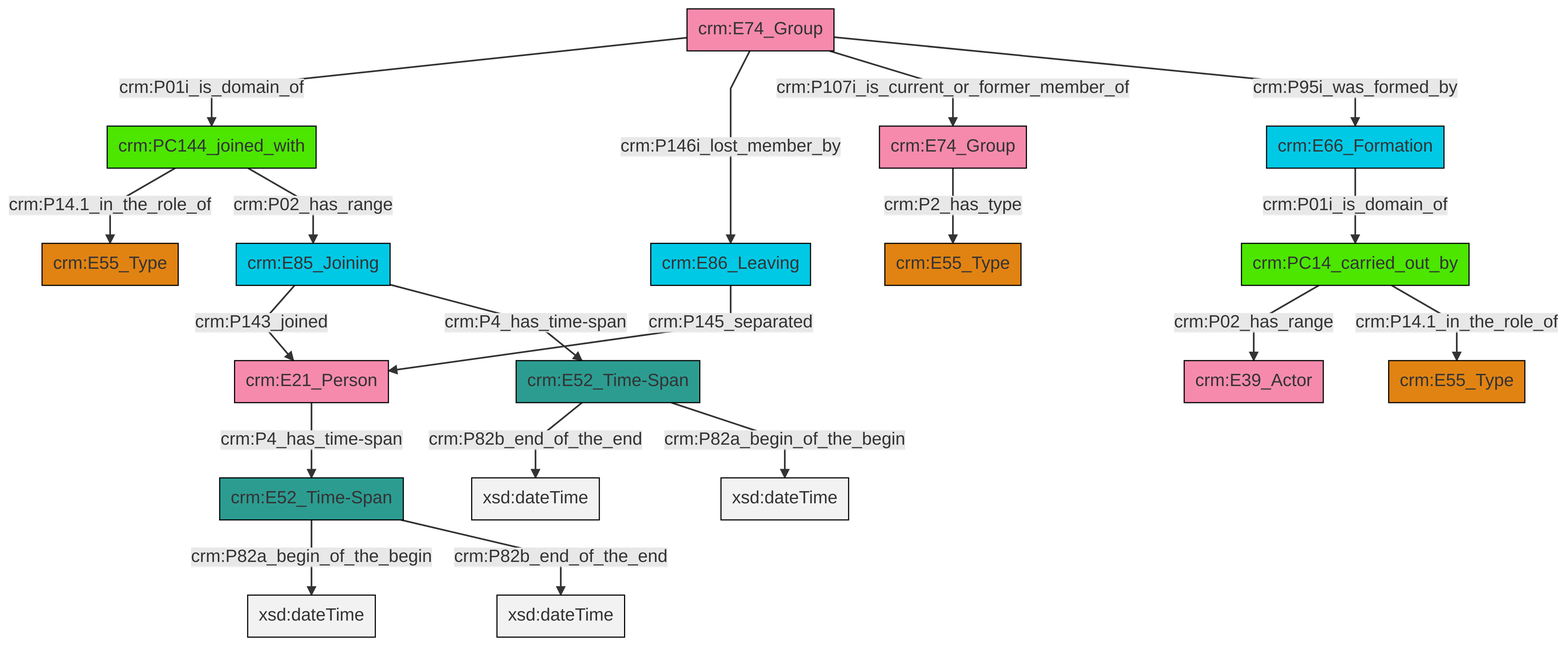
The Mermaid diagram et/groupCSV/ttl/mmd/png/group_actor_relations.png in swiss-art-research-net/docs.swissartresearch, before a commit. Its source is kept beside it as et/groupCSV/ttl/mmd/group_actor_relations.ttl.mmd.
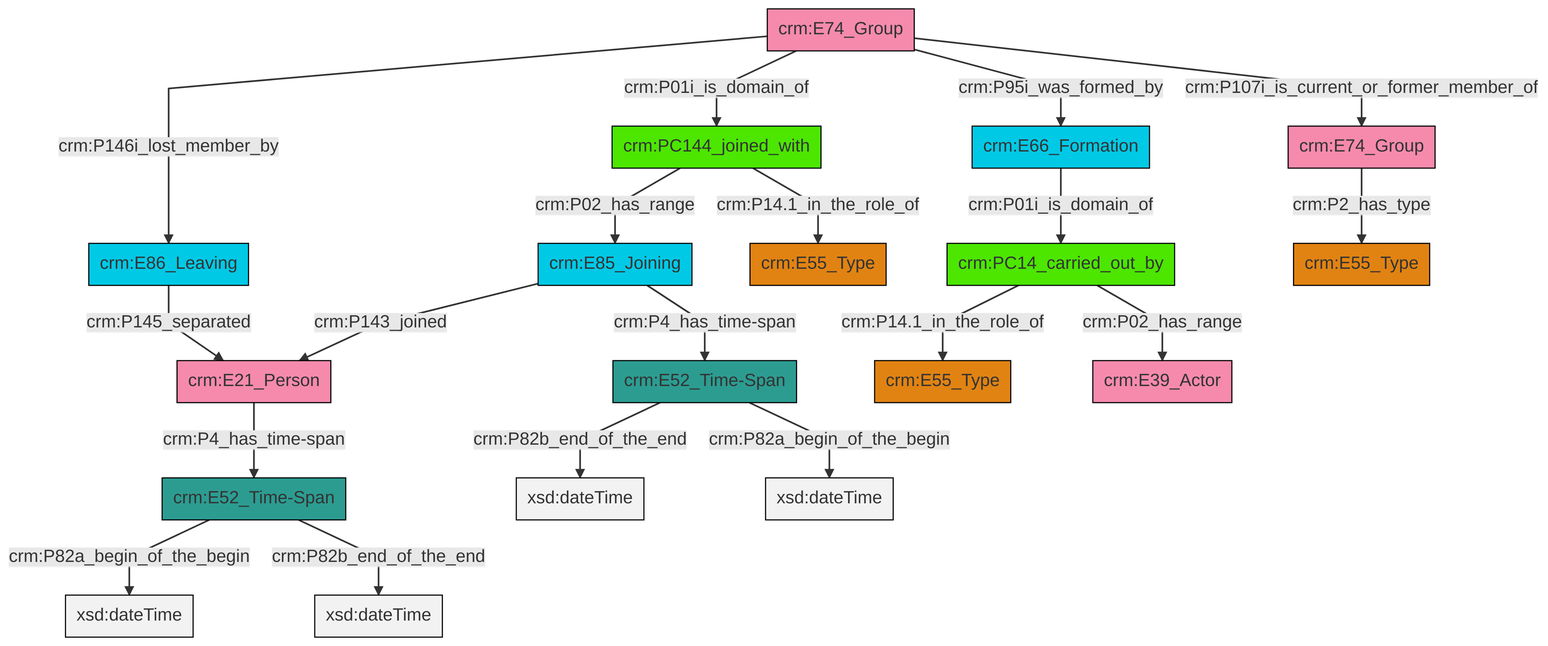
The same file after the commit.

Diff of the diagram source:
```diff
@@ -13,21 +13,21 @@
 classDef PC_Classes fill:#4ce600, stroke:#000000;
 classDef Multi fill:#cccccc,stroke:#000000;
 
-0["crm:E85_Joining"]:::Temporal_Entity -->|crm:P143_joined| 4["crm:E21_Person"]:::Actor
-8["crm:PC14_carried_out_by"]:::PC_Classes -->|crm:P02_has_range| 9["crm:E39_Actor"]:::Actor
-12["crm:E74_Group"]:::Actor -->|crm:P01i_is_domain_of| 13["crm:PC144_joined_with"]:::PC_Classes
-17["crm:E52_Time-Span"]:::Time-Span -->|crm:P82b_end_of_the_end| 18[xsd:dateTime]:::Literal
-8["crm:PC14_carried_out_by"]:::PC_Classes -->|crm:P14.1_in_the_role_of| 15["crm:E55_Type"]:::Type
-10["crm:E52_Time-Span"]:::Time-Span -->|crm:P82a_begin_of_the_begin| 27[xsd:dateTime]:::Literal
-24["crm:E66_Formation"]:::Temporal_Entity -->|crm:P01i_is_domain_of| 8["crm:PC14_carried_out_by"]:::PC_Classes
-6["crm:E86_Leaving"]:::Temporal_Entity -->|crm:P145_separated| 4["crm:E21_Person"]:::Actor
-13["crm:PC144_joined_with"]:::PC_Classes -->|crm:P14.1_in_the_role_of| 22["crm:E55_Type"]:::Type
-4["crm:E21_Person"]:::Actor -->|crm:P4_has_time-span| 10["crm:E52_Time-Span"]:::Time-Span
-13["crm:PC144_joined_with"]:::PC_Classes -->|crm:P02_has_range| 0["crm:E85_Joining"]:::Temporal_Entity
-12["crm:E74_Group"]:::Actor -->|crm:P146i_lost_member_by| 6["crm:E86_Leaving"]:::Temporal_Entity
-10["crm:E52_Time-Span"]:::Time-Span -->|crm:P82b_end_of_the_end| 30[xsd:dateTime]:::Literal
-12["crm:E74_Group"]:::Actor -->|crm:P107i_is_current_or_former_member_of| 2["crm:E74_Group"]:::Actor
-12["crm:E74_Group"]:::Actor -->|crm:P95i_was_formed_by| 24["crm:E66_Formation"]:::Temporal_Entity
-2["crm:E74_Group"]:::Actor -->|crm:P2_has_type| 20["crm:E55_Type"]:::Type
-0["crm:E85_Joining"]:::Temporal_Entity -->|crm:P4_has_time-span| 17["crm:E52_Time-Span"]:::Time-Span
-17["crm:E52_Time-Span"]:::Time-Span -->|crm:P82a_begin_of_the_begin| 34[xsd:dateTime]:::Literal
+0["crm:E85_Joining"]:::Temporal_Entity -->|crm:P4_has_time-span| 1["crm:E52_Time-Span"]:::Time-Span
+4["crm:E86_Leaving"]:::Temporal_Entity -->|crm:P145_separated| 5["crm:E21_Person"]:::Actor
+6["crm:E74_Group"]:::Actor -->|crm:P107i_is_current_or_former_member_of| 7["crm:E74_Group"]:::Actor
+15["crm:PC144_joined_with"]:::PC_Classes -->|crm:P14.1_in_the_role_of| 13["crm:E55_Type"]:::Type
+6["crm:E74_Group"]:::Actor -->|crm:P95i_was_formed_by| 2["crm:E66_Formation"]:::Temporal_Entity
+16["crm:PC14_carried_out_by"]:::PC_Classes -->|crm:P14.1_in_the_role_of| 8["crm:E55_Type"]:::Type
+6["crm:E74_Group"]:::Actor -->|crm:P01i_is_domain_of| 15["crm:PC144_joined_with"]:::PC_Classes
+7["crm:E74_Group"]:::Actor -->|crm:P2_has_type| 19["crm:E55_Type"]:::Type
+0["crm:E85_Joining"]:::Temporal_Entity -->|crm:P143_joined| 5["crm:E21_Person"]:::Actor
+2["crm:E66_Formation"]:::Temporal_Entity -->|crm:P01i_is_domain_of| 16["crm:PC14_carried_out_by"]:::PC_Classes
+15["crm:PC144_joined_with"]:::PC_Classes -->|crm:P02_has_range| 0["crm:E85_Joining"]:::Temporal_Entity
+20["crm:E52_Time-Span"]:::Time-Span -->|crm:P82a_begin_of_the_begin| 26[xsd:dateTime]:::Literal
+16["crm:PC14_carried_out_by"]:::PC_Classes -->|crm:P02_has_range| 27["crm:E39_Actor"]:::Actor
+1["crm:E52_Time-Span"]:::Time-Span -->|crm:P82b_end_of_the_end| 29[xsd:dateTime]:::Literal
+20["crm:E52_Time-Span"]:::Time-Span -->|crm:P82b_end_of_the_end| 30[xsd:dateTime]:::Literal
+1["crm:E52_Time-Span"]:::Time-Span -->|crm:P82a_begin_of_the_begin| 32[xsd:dateTime]:::Literal
+5["crm:E21_Person"]:::Actor -->|crm:P4_has_time-span| 20["crm:E52_Time-Span"]:::Time-Span
+6["crm:E74_Group"]:::Actor -->|crm:P146i_lost_member_by| 4["crm:E86_Leaving"]:::Temporal_Entity
```
